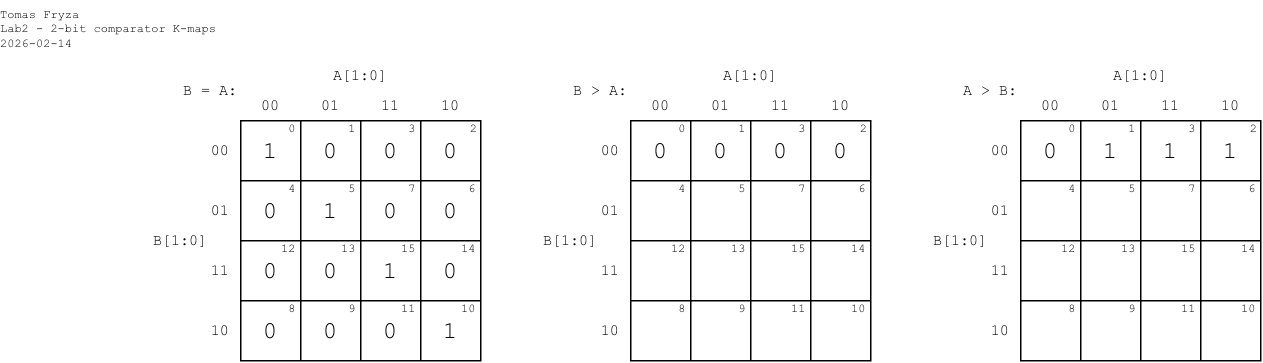
Above: lab2-comparator/images/k-maps.png in tomas-fryza/verilog-examples (draw.io), before the change. Source tidied: cells renumbered, new cells last; positions are measured from the earlier drawing's top-left corner, leaving out a move shared by most shapes.
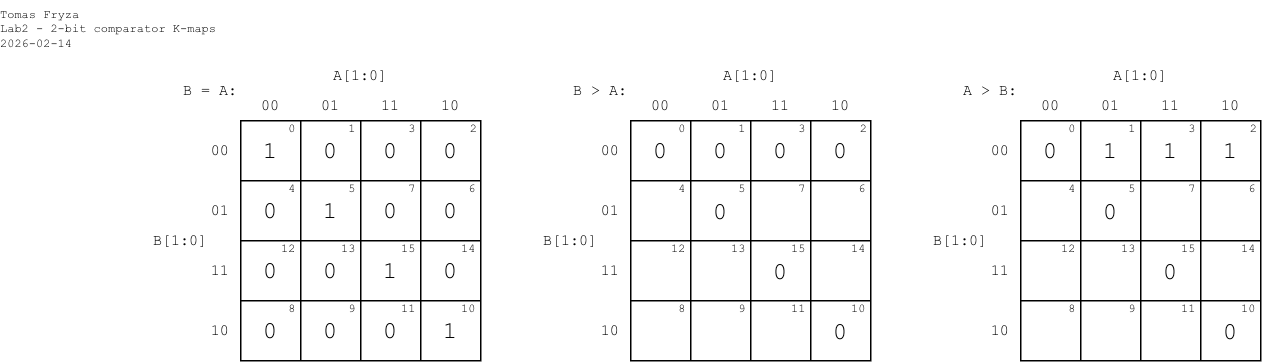
After the commit.

Diff of the diagram source:
```diff
@@ -419,5 +419,23 @@
     <mxCell id="128" value="0" style="text;html=1;align=center;verticalAlign=middle;whiteSpace=wrap;rounded=0;fontFamily=Courier New;fontSize=16;fillOpacity=100;spacing=0;spacingLeft=0;" parent="1" vertex="1">
       <mxGeometry x="200" y="160" width="40" height="40" as="geometry" />
     </mxCell>
+    <mxCell id="129" value="0" style="text;html=1;align=center;verticalAlign=middle;whiteSpace=wrap;rounded=0;fontFamily=Courier New;fontSize=16;fillOpacity=100;spacing=0;spacingLeft=0;" parent="1" vertex="1">
+      <mxGeometry x="460" y="121" width="40" height="40" as="geometry" />
+    </mxCell>
+    <mxCell id="130" value="0" style="text;html=1;align=center;verticalAlign=middle;whiteSpace=wrap;rounded=0;fontFamily=Courier New;fontSize=16;fillOpacity=100;spacing=0;spacingLeft=0;" parent="1" vertex="1">
+      <mxGeometry x="500" y="161" width="40" height="40" as="geometry" />
+    </mxCell>
+    <mxCell id="131" value="0" style="text;html=1;align=center;verticalAlign=middle;whiteSpace=wrap;rounded=0;fontFamily=Courier New;fontSize=16;fillOpacity=100;spacing=0;spacingLeft=0;" parent="1" vertex="1">
+      <mxGeometry x="540" y="201" width="40" height="40" as="geometry" />
+    </mxCell>
+    <mxCell id="132" value="0" style="text;html=1;align=center;verticalAlign=middle;whiteSpace=wrap;rounded=0;fontFamily=Courier New;fontSize=16;fillOpacity=100;spacing=0;spacingLeft=0;" parent="1" vertex="1">
+      <mxGeometry x="720" y="121" width="40" height="40" as="geometry" />
+    </mxCell>
+    <mxCell id="133" value="0" style="text;html=1;align=center;verticalAlign=middle;whiteSpace=wrap;rounded=0;fontFamily=Courier New;fontSize=16;fillOpacity=100;spacing=0;spacingLeft=0;" parent="1" vertex="1">
+      <mxGeometry x="760" y="161" width="40" height="40" as="geometry" />
+    </mxCell>
+    <mxCell id="134" value="0" style="text;html=1;align=center;verticalAlign=middle;whiteSpace=wrap;rounded=0;fontFamily=Courier New;fontSize=16;fillOpacity=100;spacing=0;spacingLeft=0;" parent="1" vertex="1">
+      <mxGeometry x="800" y="201" width="40" height="40" as="geometry" />
+    </mxCell>
   </root>
 </mxGraphModel>
```
